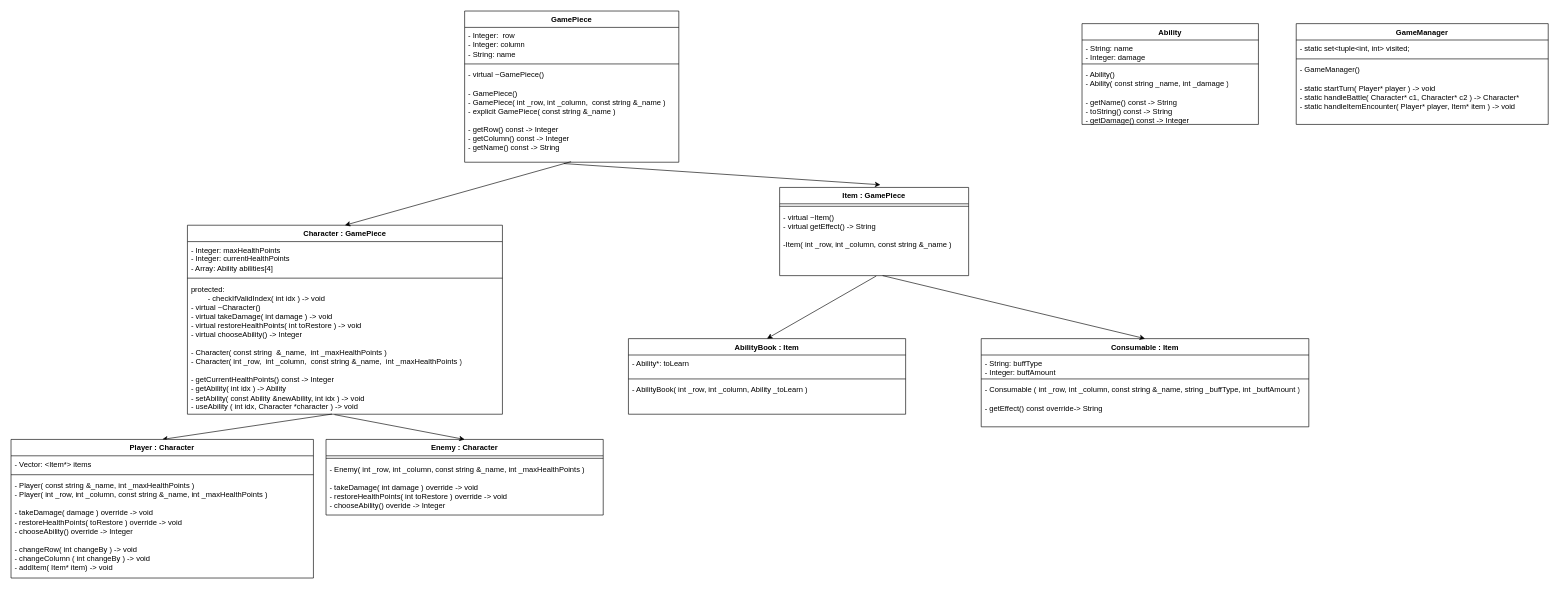
This is cli_game.drawio from klovelace21/cli_game, a draw.io file, before an edit. Source tidied: cells renumbered, new cells numbered last; positions are measured from the earlier drawing's top-left corner, leaving out a move shared by most shapes. Both pictures are drawn from the tidied source at 63%, with x=0, y=0 at pixel (11, 11).
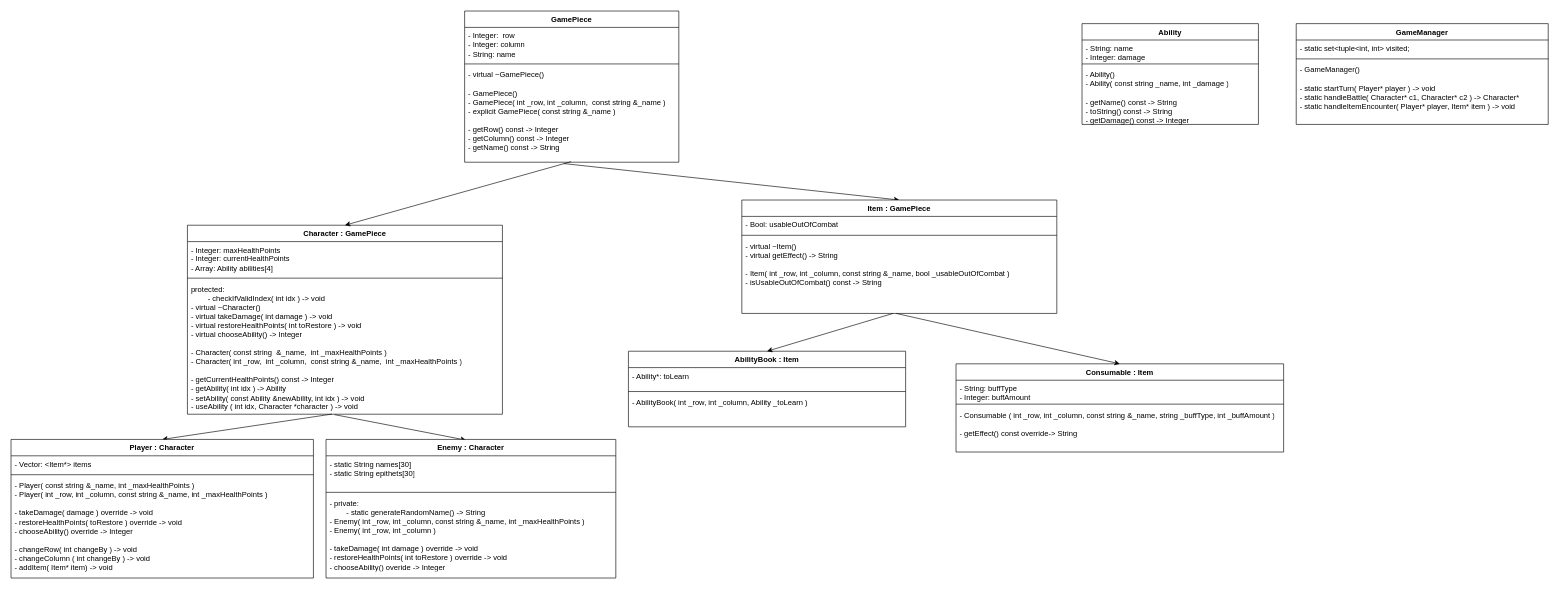
The same page after the edit.

Unchanged cells that the change refers to:
```xml
<mxCell id="5" value="- virtual ~GamePiece()&lt;br&gt;&lt;br&gt;- GamePiece()&lt;br&gt;- GamePiece( int _row, int _column,&amp;nbsp; const string &amp;amp;_name )&lt;br&gt;- explicit GamePiece( const string &amp;amp;_name )&lt;br&gt;&lt;br&gt;- getRow() const -&amp;gt; Integer&lt;br&gt;- getColumn() const -&amp;gt; Integer&lt;br&gt;- getName() const -&amp;gt; String" style="text;strokeColor=none;fillColor=none;align=left;verticalAlign=top;spacingLeft=4;spacingRight=4;overflow=hidden;points=[[0,0.5],[1,0.5]];portConstraint=eastwest;whiteSpace=wrap;html=1;" parent="2" vertex="1">
  <mxGeometry y="88" width="340" height="152" as="geometry" />
</mxCell>
<mxCell id="9" value="protected:&lt;br&gt;&lt;span style=&quot;white-space: pre;&quot;&gt;&#9;&lt;/span&gt;- checkIfValidIndex( int idx ) -&amp;gt; void&lt;br&gt;- virtual ~Character()&lt;br&gt;- virtual takeDamage( int damage ) -&amp;gt; void&lt;br style=&quot;border-color: var(--border-color);&quot;&gt;- virtual restoreHealthPoints( int toRestore ) -&amp;gt; void&lt;br&gt;- virtual chooseAbility() -&amp;gt; Integer&lt;br&gt;&lt;br&gt;- Character( const string&amp;nbsp; &amp;amp;_name,&amp;nbsp; int _maxHealthPoints )&lt;br&gt;- Character( int _row,&amp;nbsp; int _column,&amp;nbsp; const string &amp;amp;_name,&amp;nbsp; int _maxHealthPoints )&lt;br&gt;&lt;br&gt;- getCurrentHealthPoints() const -&amp;gt; Integer&lt;br&gt;- getAbility( int idx ) -&amp;gt; Ability&lt;br&gt;- setAbility( const Ability &amp;amp;newAbility, int idx ) -&amp;gt; void&lt;br&gt;- useAbility ( int idx, Character *character ) -&amp;gt; void" style="text;strokeColor=none;fillColor=none;align=left;verticalAlign=top;spacingLeft=4;spacingRight=4;overflow=hidden;points=[[0,0.5],[1,0.5]];portConstraint=eastwest;whiteSpace=wrap;html=1;" parent="6" vertex="1">
  <mxGeometry y="88" width="500" height="212" as="geometry" />
</mxCell>
```

Change to the diagram source:
```diff
@@
-    <mxCell id="11" value="Enemy : Character" style="swimlane;fontStyle=1;align=center;verticalAlign=top;horizontal=1;startSize=26;whiteSpace=wrap;html=1;" parent="1" vertex="1">
-      <mxGeometry x="500" y="680" width="440" height="120" as="geometry" />
-    </mxCell>
-    <mxCell id="12" style="line;strokeWidth=1;fillColor=none;align=left;verticalAlign=middle;spacingTop=-1;spacingLeft=3;spacingRight=3;labelPosition=right;strokeColor=inherit;" parent="11" vertex="1">
-      <mxGeometry y="26" width="440" height="8" as="geometry" />
-    </mxCell>
-    <mxCell id="13" value="- Enemy( int _row, int _column, const string &amp;amp;_name, int _maxHealthPoints )&lt;br&gt;&lt;br&gt;- takeDamage( int damage ) override -&amp;gt; void&lt;br&gt;- restoreHealthPoints( int toRestore ) override -&amp;gt; void&lt;br&gt;- chooseAbility() overide -&amp;gt; Integer" style="text;strokeColor=none;fillColor=none;align=left;verticalAlign=top;spacingLeft=4;spacingRight=4;overflow=hidden;whiteSpace=wrap;html=1;" parent="11" vertex="1">
-      <mxGeometry y="34" width="440" height="86" as="geometry" />
-    </mxCell>
@@
-    <mxCell id="15" style="endArrow=classic;html=1;rounded=0;entryX=0.5;entryY=0;entryDx=0;entryDy=0;exitX=0.467;exitY=1.003;exitDx=0;exitDy=0;exitPerimeter=0;" parent="1" edge="1" source="9" target="11">
+    <mxCell id="15" style="endArrow=classic;html=1;rounded=0;entryX=0.483;entryY=0.005;entryDx=0;entryDy=0;exitX=0.467;exitY=1.003;exitDx=0;exitDy=0;exitPerimeter=0;entryPerimeter=0;" parent="1" edge="1" source="9" target="11">
       <mxGeometry relative="1" as="geometry" />
     </mxCell>
-    <mxCell id="16" value="Item : GamePiece" style="swimlane;fontStyle=1;align=center;verticalAlign=top;horizontal=1;startSize=26;whiteSpace=wrap;html=1;" parent="1" vertex="1">
-      <mxGeometry x="1220" y="280" width="300" height="140" as="geometry" />
-    </mxCell>
-    <mxCell id="17" style="line;strokeWidth=1;fillColor=none;align=left;verticalAlign=middle;spacingTop=-1;spacingLeft=3;spacingRight=3;labelPosition=right;strokeColor=inherit;" parent="16" vertex="1">
-      <mxGeometry y="26" width="300" height="8" as="geometry" />
-    </mxCell>
-    <mxCell id="18" value="- virtual ~Item()&lt;br&gt;- virtual getEffect() -&amp;gt; String&lt;br&gt;&lt;br&gt;-Item( int _row, int _column, const string &amp;amp;_name )&lt;br&gt;" style="text;strokeColor=none;fillColor=none;align=left;verticalAlign=top;spacingLeft=4;spacingRight=4;overflow=hidden;points=[[0,0.5],[1,0.5]];portConstraint=eastwest;whiteSpace=wrap;html=1;" parent="16" vertex="1">
-      <mxGeometry y="34" width="300" height="106" as="geometry" />
-    </mxCell>
-    <mxCell id="19" style="endArrow=classic;html=1;rounded=0;entryX=0.533;entryY=-0.03;entryDx=0;entryDy=0;entryPerimeter=0;exitX=0.463;exitY=1.014;exitDx=0;exitDy=0;exitPerimeter=0;" parent="1" edge="1" source="5" target="16">
+    <mxCell id="19" style="endArrow=classic;html=1;rounded=0;entryX=0.5;entryY=0;entryDx=0;entryDy=0;exitX=0.463;exitY=1.014;exitDx=0;exitDy=0;exitPerimeter=0;" parent="1" edge="1" source="5" target="16">
       <mxGeometry relative="1" as="geometry" />
     </mxCell>
     <mxCell id="20" value="AbilityBook : Item" style="swimlane;fontStyle=1;align=center;verticalAlign=top;horizontal=1;startSize=26;whiteSpace=wrap;html=1;" parent="1" vertex="1">
-      <mxGeometry x="980" y="520" width="440" height="120" as="geometry" />
+      <mxGeometry x="980" y="540" width="440" height="120" as="geometry" />
     </mxCell>
@@
     <mxCell id="24" value="Consumable : Item" style="swimlane;fontStyle=1;align=center;verticalAlign=top;horizontal=1;startSize=26;whiteSpace=wrap;html=1;" parent="1" vertex="1">
-      <mxGeometry x="1540" y="520" width="520" height="140" as="geometry" />
+      <mxGeometry x="1500" y="560" width="520" height="140" as="geometry" />
     </mxCell>
@@
-    <mxCell id="28" style="endArrow=classic;html=1;rounded=0;entryX=0.5;entryY=0;entryDx=0;entryDy=0;exitX=0.511;exitY=1.006;exitDx=0;exitDy=0;exitPerimeter=0;" parent="1" edge="1" source="18" target="20">
+    <mxCell id="28" style="endArrow=classic;html=1;rounded=0;entryX=0.5;entryY=0;entryDx=0;entryDy=0;exitX=0.48;exitY=1;exitDx=0;exitDy=0;exitPerimeter=0;" parent="1" edge="1" source="44" target="20">
       <mxGeometry relative="1" as="geometry" />
     </mxCell>
-    <mxCell id="29" style="endArrow=classic;html=1;rounded=0;entryX=0.5;entryY=0;entryDx=0;entryDy=0;exitX=0.545;exitY=1;exitDx=0;exitDy=0;exitPerimeter=0;" parent="1" edge="1" source="18" target="24">
+    <mxCell id="29" style="endArrow=classic;html=1;rounded=0;entryX=0.5;entryY=0;entryDx=0;entryDy=0;exitX=0.49;exitY=1;exitDx=0;exitDy=0;exitPerimeter=0;" parent="1" edge="1" source="44" target="24">
       <mxGeometry relative="1" as="geometry" />
     </mxCell>
@@
+    <mxCell id="16" value="Item : GamePiece" style="swimlane;fontStyle=1;align=center;verticalAlign=top;horizontal=1;startSize=26;whiteSpace=wrap;html=1;" parent="1" vertex="1">
+      <mxGeometry x="1160" y="300" width="500" height="180" as="geometry" />
+    </mxCell>
+    <mxCell id="42" value="- Bool: usableOutOfCombat" style="text;strokeColor=none;fillColor=none;align=left;verticalAlign=top;spacingLeft=4;spacingRight=4;overflow=hidden;whiteSpace=wrap;html=1;" parent="16" vertex="1">
+      <mxGeometry y="26" width="500" height="26" as="geometry" />
+    </mxCell>
+    <mxCell id="43" style="line;strokeWidth=1;fillColor=none;align=left;verticalAlign=middle;spacingTop=-1;spacingLeft=3;spacingRight=3;labelPosition=right;strokeColor=inherit;" parent="16" vertex="1">
+      <mxGeometry y="52" width="500" height="8" as="geometry" />
+    </mxCell>
+    <mxCell id="44" value="- virtual ~Item()&lt;br&gt;- virtual getEffect() -&amp;gt; String&lt;br&gt;&lt;br&gt;- Item( int _row, int _column, const string &amp;amp;_name, bool _usableOutOfCombat )&lt;br&gt;- isUsableOutOfCombat() const -&amp;gt; String" style="text;strokeColor=none;fillColor=none;align=left;verticalAlign=top;spacingLeft=4;spacingRight=4;overflow=hidden;points=[[0,0.5],[1,0.5]];portConstraint=eastwest;whiteSpace=wrap;html=1;" parent="16" vertex="1">
+      <mxGeometry y="60" width="500" height="120" as="geometry" />
+    </mxCell>
+    <mxCell id="11" value="Enemy : Character" style="swimlane;fontStyle=1;align=center;verticalAlign=top;horizontal=1;startSize=26;whiteSpace=wrap;html=1;" parent="1" vertex="1">
+      <mxGeometry x="500" y="680" width="460" height="220" as="geometry" />
+    </mxCell>
+    <mxCell id="45" value="- static String names[30]&lt;br&gt;- static String epithets[30]" style="text;strokeColor=none;fillColor=none;align=left;verticalAlign=top;spacingLeft=4;spacingRight=4;overflow=hidden;whiteSpace=wrap;html=1;" parent="11" vertex="1">
+      <mxGeometry y="26" width="460" height="54" as="geometry" />
+    </mxCell>
+    <mxCell id="46" style="line;strokeWidth=1;fillColor=none;align=left;verticalAlign=middle;spacingTop=-1;spacingLeft=3;spacingRight=3;labelPosition=right;strokeColor=inherit;" parent="11" vertex="1">
+      <mxGeometry y="80" width="460" height="8" as="geometry" />
+    </mxCell>
+    <mxCell id="47" value="- private:&lt;br&gt;&lt;span style=&quot;white-space: pre;&quot;&gt;&#9;&lt;/span&gt;- static generateRandomName() -&amp;gt; String&amp;nbsp;&lt;br&gt;- Enemy( int _row, int _column, const string &amp;amp;_name, int _maxHealthPoints )&lt;br&gt;- Enemy( int _row, int _column )&lt;br&gt;&lt;br style=&quot;border-color: var(--border-color);&quot;&gt;- takeDamage( int damage ) override -&amp;gt; void&lt;br style=&quot;border-color: var(--border-color);&quot;&gt;- restoreHealthPoints( int toRestore ) override -&amp;gt; void&lt;br style=&quot;border-color: var(--border-color);&quot;&gt;- chooseAbility() overide -&amp;gt; Integer" style="text;strokeColor=none;fillColor=none;align=left;verticalAlign=top;spacingLeft=4;spacingRight=4;overflow=hidden;whiteSpace=wrap;html=1;" parent="11" vertex="1">
+      <mxGeometry y="88" width="460" height="132" as="geometry" />
+    </mxCell>
```
